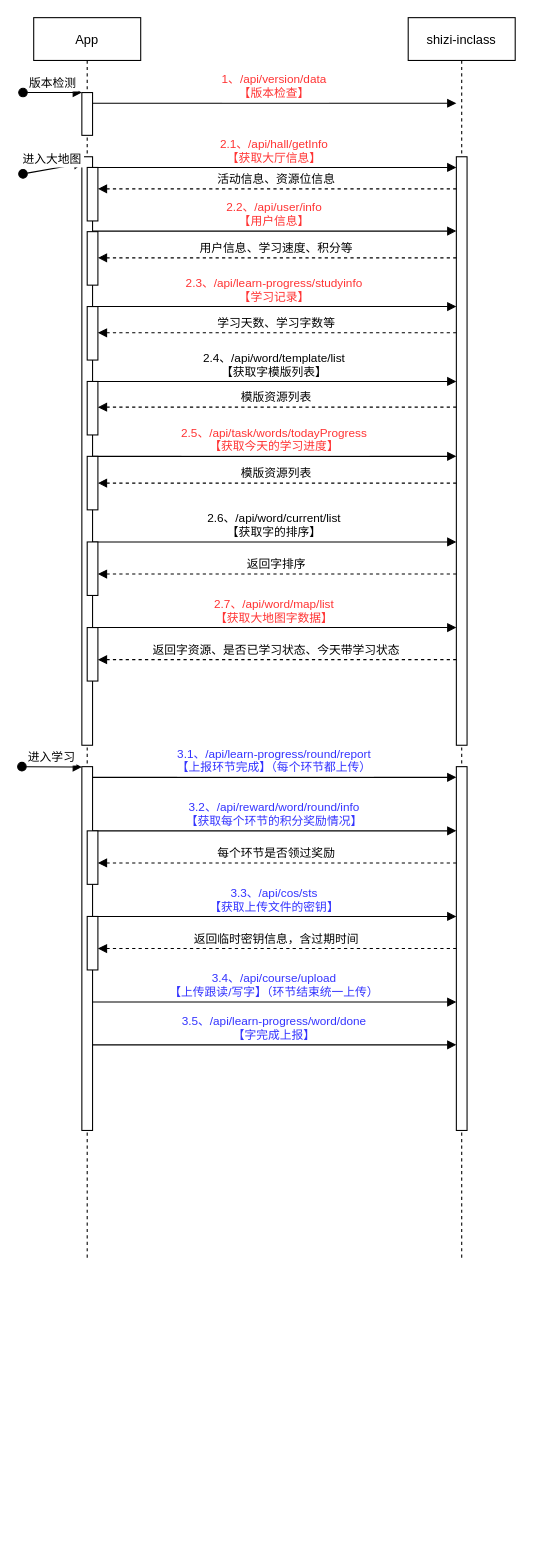
This is 识字主流程时序图.drawio from wgyuuu/flow_chart, a draw.io file, before an edit. Source tidied: cells renumbered, new cells numbered last; positions are measured from the earlier drawing's top-left corner, leaving out a move shared by most shapes. Both pictures are drawn from the tidied source at 107%, with x=0, y=0 at pixel (21, 17).
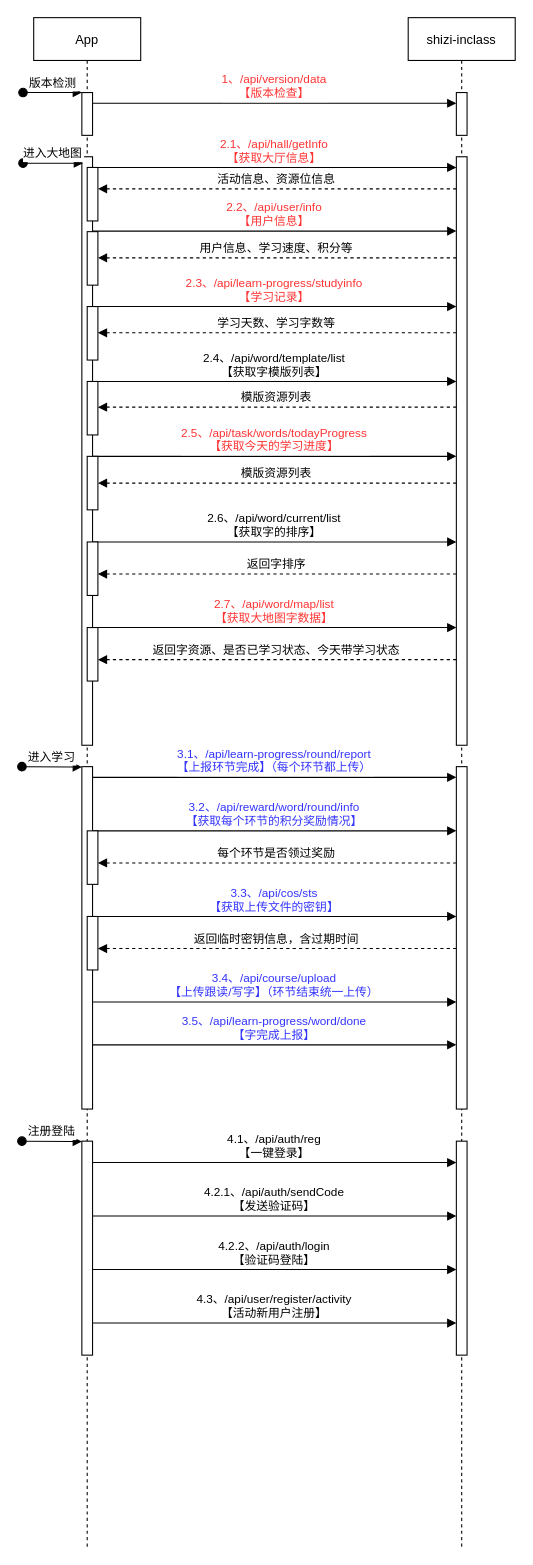
Above is the later version.

Commit message (it also covers changes not shown here):
Update 识字主流程时序图.drawio

The change refers to these unchanged cells:
```xml
<mxCell id="8" style="points=[];perimeter=orthogonalPerimeter;rounded=0;shadow=0;strokeWidth=1;" parent="1" vertex="1">
  <mxGeometry x="56" y="130" width="10" height="550" as="geometry" />
</mxCell>
```

What changed in the source:
```diff
@@
     <mxCell id="2" value="App" style="shape=umlLifeline;perimeter=lifelinePerimeter;rounded=0;shadow=0;strokeWidth=1;" parent="1" vertex="1">
-      <mxGeometry x="11" width="100" height="1160" as="geometry" />
+      <mxGeometry x="11" width="100" height="1430" as="geometry" />
     </mxCell>
@@
     <mxCell id="5" value="shizi-inclass" style="shape=umlLifeline;perimeter=lifelinePerimeter;rounded=0;shadow=0;strokeWidth=1;" parent="1" vertex="1">
-      <mxGeometry x="361" width="100" height="1160" as="geometry" />
+      <mxGeometry x="361" width="100" height="1430" as="geometry" />
     </mxCell>
@@
     <mxCell id="9" value="进入大地图" style="verticalAlign=bottom;startArrow=oval;endArrow=block;startSize=8;shadow=0;strokeWidth=1;entryX=0.1;entryY=0.011;entryDx=0;entryDy=0;entryPerimeter=0;" parent="1" edge="1" target="8">
       <mxGeometry relative="1" as="geometry">
-        <mxPoint x="1" y="146" as="sourcePoint" />
+        <mxPoint x="1" y="136" as="sourcePoint" />
       </mxGeometry>
     </mxCell>
@@
     <mxCell id="28" style="perimeter=orthogonalPerimeter;rounded=0;shadow=0;strokeWidth=1;" parent="1" vertex="1">
-      <mxGeometry x="56" y="700" width="10" height="340" as="geometry" />
+      <mxGeometry x="56" y="700" width="10" height="320" as="geometry" />
     </mxCell>
@@
     <mxCell id="31" style="perimeter=orthogonalPerimeter;rounded=0;shadow=0;strokeWidth=1;" parent="1" vertex="1">
-      <mxGeometry x="406" y="700" width="10" height="340" as="geometry" />
+      <mxGeometry x="406" y="700" width="10" height="320" as="geometry" />
     </mxCell>
@@
+    <mxCell id="43" style="perimeter=orthogonalPerimeter;rounded=0;shadow=0;strokeWidth=1;" parent="1" vertex="1">
+      <mxGeometry x="56" y="1050" width="10" height="200" as="geometry" />
+    </mxCell>
+    <mxCell id="44" value="注册登陆" style="verticalAlign=bottom;startArrow=oval;endArrow=block;startSize=8;shadow=0;strokeWidth=1;entryX=0.1;entryY=0.011;entryDx=0;entryDy=0;entryPerimeter=0;" parent="1" edge="1">
+      <mxGeometry relative="1" as="geometry">
+        <mxPoint y="1050" as="sourcePoint" />
+        <mxPoint x="56" y="1050.4" as="targetPoint" />
+      </mxGeometry>
+    </mxCell>
+    <mxCell id="45" style="perimeter=orthogonalPerimeter;rounded=0;shadow=0;strokeWidth=1;" parent="1" vertex="1">
+      <mxGeometry x="406" y="1050" width="10" height="200" as="geometry" />
+    </mxCell>
+    <mxCell id="46" value="4.1、/api/auth/reg&#10;【一键登录】" style="verticalAlign=bottom;endArrow=block;entryX=0;entryY=0;shadow=0;strokeWidth=1;" parent="1" edge="1">
+      <mxGeometry relative="1" as="geometry">
+        <mxPoint x="66" y="1070" as="sourcePoint" />
+        <mxPoint x="406" y="1070" as="targetPoint" />
+      </mxGeometry>
+    </mxCell>
+    <mxCell id="47" value="4.2.1、/api/auth/sendCode&#10;【发送验证码】" style="verticalAlign=bottom;endArrow=block;entryX=0;entryY=0;shadow=0;strokeWidth=1;" parent="1" edge="1">
+      <mxGeometry relative="1" as="geometry">
+        <mxPoint x="66" y="1120" as="sourcePoint" />
+        <mxPoint x="406" y="1120" as="targetPoint" />
+      </mxGeometry>
+    </mxCell>
+    <mxCell id="48" value="4.2.2、/api/auth/login&#10;【验证码登陆】" style="verticalAlign=bottom;endArrow=block;entryX=0;entryY=0;shadow=0;strokeWidth=1;" parent="1" edge="1">
+      <mxGeometry relative="1" as="geometry">
+        <mxPoint x="66" y="1170" as="sourcePoint" />
+        <mxPoint x="406" y="1170" as="targetPoint" />
+      </mxGeometry>
+    </mxCell>
+    <mxCell id="49" value="4.3、/api/user/register/activity&#10;【活动新用户注册】" style="verticalAlign=bottom;endArrow=block;entryX=0;entryY=0;shadow=0;strokeWidth=1;" parent="1" edge="1">
+      <mxGeometry relative="1" as="geometry">
+        <mxPoint x="66" y="1220" as="sourcePoint" />
+        <mxPoint x="406" y="1220" as="targetPoint" />
+      </mxGeometry>
+    </mxCell>
+    <mxCell id="50" style="perimeter=orthogonalPerimeter;rounded=0;shadow=0;strokeWidth=1;" parent="1" vertex="1">
+      <mxGeometry x="406" y="70" width="10" height="40" as="geometry" />
+    </mxCell>
```
